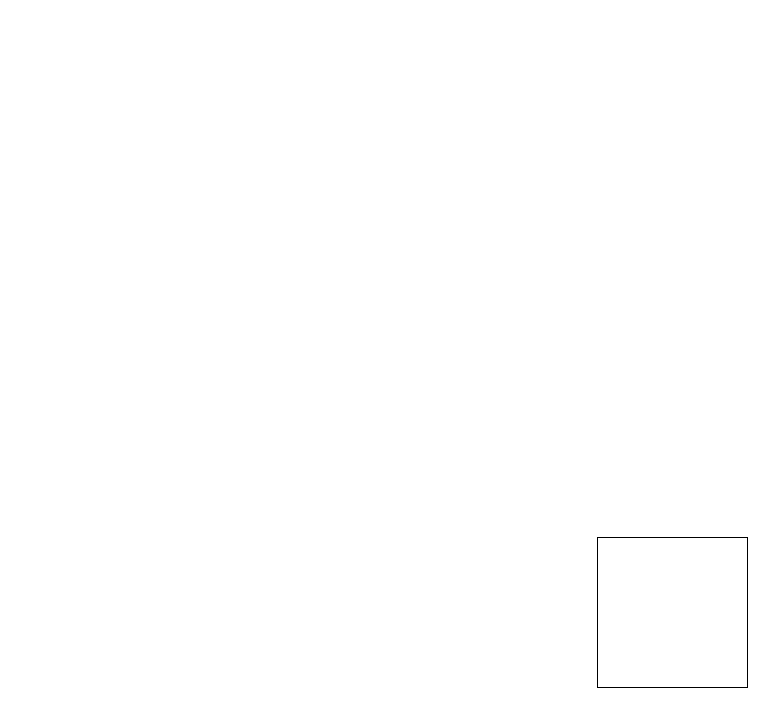
Above: page "Page-1" (1 of 2) of Untitled Diagram.drawio in indus/draw (draw.io), before the change. Source tidied: cells renumbered, new cells numbered last; positions are measured from the earlier drawing's top-left corner, leaving out a move shared by most shapes. Both pictures are drawn from the tidied source at 100%, with x=0, y=0 at pixel (597, 537).
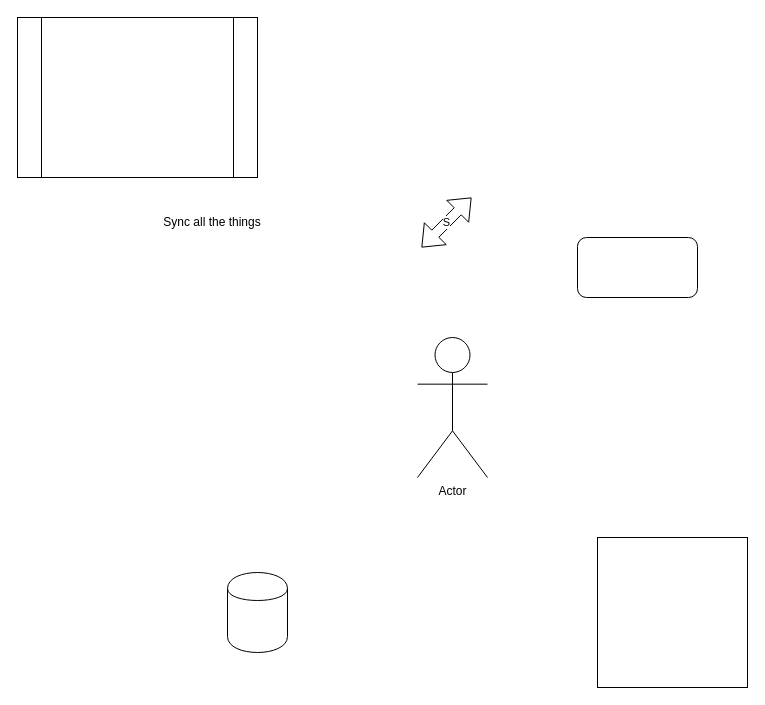
The same page after the edit.

The edit, as a diff of the source:
```diff
@@
 <mxGraphModel>
   <root>
     <mxCell id="0" />
     <mxCell id="1" parent="0" />
     <mxCell id="2" style="whiteSpace=wrap;html=1;" parent="1" vertex="1">
       <mxGeometry width="150" height="150" as="geometry" />
     </mxCell>
+    <mxCell id="3" value="Actor" style="shape=umlActor;verticalLabelPosition=bottom;labelBackgroundColor=#ffffff;verticalAlign=top;html=1;" parent="1" vertex="1">
+      <mxGeometry x="-180" y="-200" width="70" height="140" as="geometry" />
+    </mxCell>
+    <mxCell id="4" style="rounded=1;whiteSpace=wrap;html=1;" parent="1" vertex="1">
+      <mxGeometry x="-20" y="-300" width="120" height="60" as="geometry" />
+    </mxCell>
+    <mxCell id="5" style="shape=cylinder;whiteSpace=wrap;html=1;boundedLbl=1;backgroundOutline=1;" parent="1" vertex="1">
+      <mxGeometry x="-370" y="35" width="60" height="80" as="geometry" />
+    </mxCell>
+    <mxCell id="6" value="Sync all the things" style="text;html=1;strokeColor=none;fillColor=none;align=center;verticalAlign=middle;whiteSpace=wrap;rounded=0;" parent="1" vertex="1">
+      <mxGeometry x="-490" y="-380" width="210" height="130" as="geometry" />
+    </mxCell>
+    <mxCell id="7" value="S" style="shape=flexArrow;endArrow=classic;startArrow=classic;html=1;" parent="1" edge="1">
+      <mxGeometry relative="1" as="geometry">
+        <mxPoint x="-176" y="-290" as="sourcePoint" />
+        <mxPoint x="-126" y="-340" as="targetPoint" />
+        <Array as="points">
+          <mxPoint x="-126" y="-340" />
+        </Array>
+      </mxGeometry>
+    </mxCell>
+    <mxCell id="8" style="shape=process;whiteSpace=wrap;html=1;backgroundOutline=1;" parent="1" vertex="1">
+      <mxGeometry x="-580" y="-520" width="240" height="160" as="geometry" />
+    </mxCell>
   </root>
 </mxGraphModel>
```
